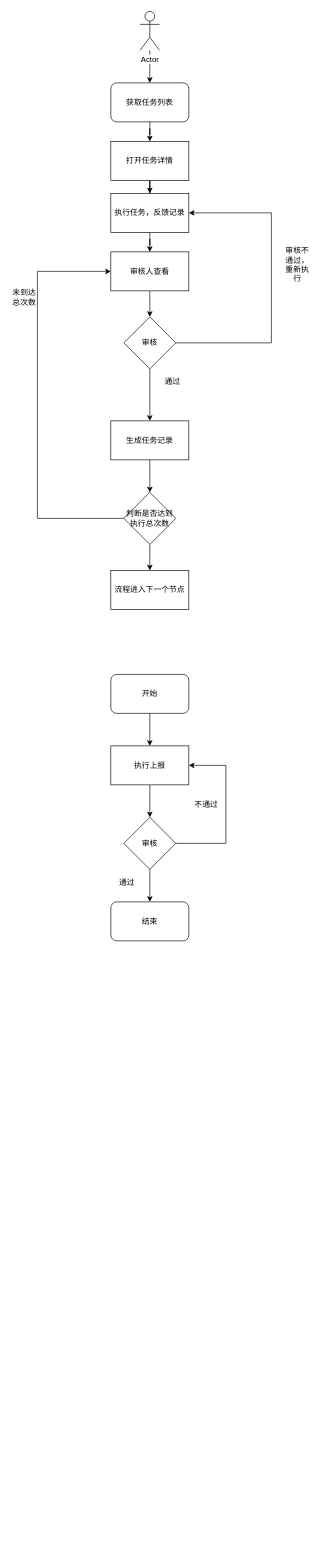
jinnians/test keeps this draw.io diagram as 巡检记录.drawio. Above is the earlier version. Source tidied: cells renumbered, new cells numbered last; positions are measured from the earlier drawing's top-left corner, leaving out a move shared by most shapes. Both pictures are drawn from the tidied source at 65%, with x=0, y=0 at pixel (11, 11).
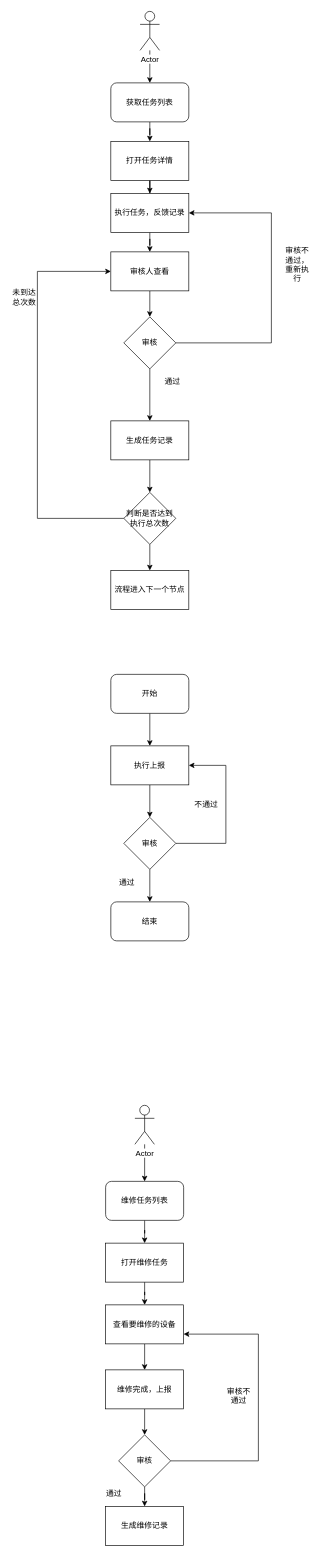
After the change.

The edit, as a diff of the source:
```diff
@@
+    <mxCell id="34" style="edgeStyle=orthogonalEdgeStyle;rounded=0;jettySize=auto;html=1;" parent="1" edge="1" source="35" target="37">
+      <mxGeometry relative="1" as="geometry" />
+    </mxCell>
+    <mxCell id="35" value="Actor" style="shape=umlActor;verticalLabelPosition=bottom;labelBackgroundColor=#ffffff;verticalAlign=top;html=1;outlineConnect=0;" parent="1" vertex="1">
+      <mxGeometry x="190" y="1683" width="30" height="60" as="geometry" />
+    </mxCell>
+    <mxCell id="36" style="edgeStyle=orthogonalEdgeStyle;rounded=0;jettySize=auto;html=1;entryX=0.5;entryY=0;entryDx=0;entryDy=0;" parent="1" edge="1" source="37" target="39">
+      <mxGeometry relative="1" as="geometry" />
+    </mxCell>
+    <mxCell id="37" value="维修任务列表" style="rounded=1;whiteSpace=wrap;html=1;" parent="1" vertex="1">
+      <mxGeometry x="145" y="1800" width="120" height="60" as="geometry" />
+    </mxCell>
+    <mxCell id="38" style="edgeStyle=orthogonalEdgeStyle;rounded=0;jettySize=auto;html=1;" parent="1" edge="1" source="39" target="41">
+      <mxGeometry relative="1" as="geometry" />
+    </mxCell>
+    <mxCell id="39" value="打开维修任务" style="rounded=0;whiteSpace=wrap;html=1;" parent="1" vertex="1">
+      <mxGeometry x="145" y="1895" width="120" height="60" as="geometry" />
+    </mxCell>
+    <mxCell id="40" style="edgeStyle=orthogonalEdgeStyle;rounded=0;jettySize=auto;html=1;" parent="1" edge="1" source="41" target="43">
+      <mxGeometry relative="1" as="geometry" />
+    </mxCell>
+    <mxCell id="41" value="查看要维修的设备" style="rounded=0;whiteSpace=wrap;html=1;" parent="1" vertex="1">
+      <mxGeometry x="145" y="1990" width="120" height="60" as="geometry" />
+    </mxCell>
+    <mxCell id="42" style="edgeStyle=orthogonalEdgeStyle;rounded=0;jettySize=auto;html=1;" parent="1" edge="1" source="43" target="46">
+      <mxGeometry relative="1" as="geometry" />
+    </mxCell>
+    <mxCell id="43" value="维修完成，上报" style="rounded=0;whiteSpace=wrap;html=1;" parent="1" vertex="1">
+      <mxGeometry x="145" y="2090" width="120" height="60" as="geometry" />
+    </mxCell>
+    <mxCell id="44" style="edgeStyle=orthogonalEdgeStyle;rounded=0;jettySize=auto;html=1;" parent="1" edge="1" source="46" target="47">
+      <mxGeometry relative="1" as="geometry" />
+    </mxCell>
+    <mxCell id="45" style="edgeStyle=orthogonalEdgeStyle;rounded=0;jettySize=auto;html=1;entryX=1;entryY=0.75;entryDx=0;entryDy=0;" parent="1" edge="1" source="46" target="41">
+      <mxGeometry relative="1" as="geometry">
+        <Array as="points">
+          <mxPoint x="380" y="2230" />
+          <mxPoint x="380" y="2035" />
+        </Array>
+      </mxGeometry>
+    </mxCell>
+    <mxCell id="46" value="审核" style="rhombus;whiteSpace=wrap;html=1;" parent="1" vertex="1">
+      <mxGeometry x="165" y="2190" width="80" height="80" as="geometry" />
+    </mxCell>
+    <mxCell id="47" value="生成维修记录" style="rounded=0;whiteSpace=wrap;html=1;" parent="1" vertex="1">
+      <mxGeometry x="145" y="2300" width="120" height="60" as="geometry" />
+    </mxCell>
+    <mxCell id="48" value="审核不通过" style="text;html=1;strokeColor=none;fillColor=none;align=center;verticalAlign=middle;whiteSpace=wrap;rounded=0;" parent="1" vertex="1">
+      <mxGeometry x="330" y="2120" width="40" height="20" as="geometry" />
+    </mxCell>
+    <mxCell id="49" value="通过" style="text;html=1;strokeColor=none;fillColor=none;align=center;verticalAlign=middle;whiteSpace=wrap;rounded=0;" parent="1" vertex="1">
+      <mxGeometry x="138" y="2270" width="40" height="20" as="geometry" />
+    </mxCell>
```
